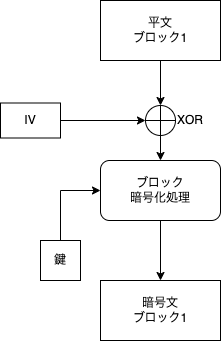
This is tls/cbcmode.drawio.png from magatakohei/study-diagram, a draw.io export, as it was before one commit. Source tidied: cells renumbered, new cells last; positions are measured from the earlier drawing's top-left corner, leaving out a move shared by most shapes.
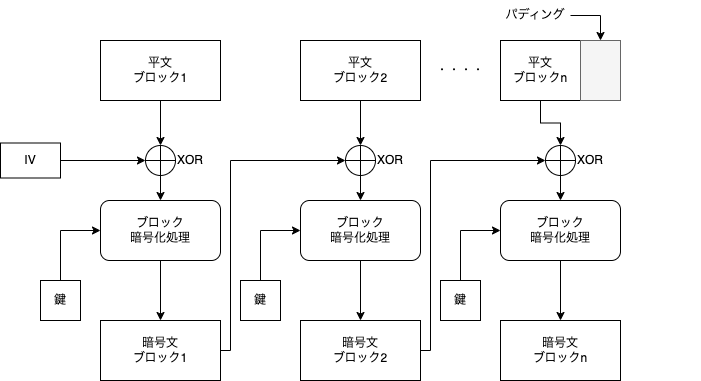
After the commit.

Commit message:
cbcmode.drawio.png を更新します

Diff of the diagram source:
```diff
@@ -2,14 +2,23 @@
   <root>
     <mxCell id="0" />
     <mxCell id="1" parent="0" />
+    <mxCell id="9" style="edgeStyle=orthogonalEdgeStyle;rounded=0;jettySize=auto;html=1;entryX=0;entryY=0.5;entryDx=0;entryDy=0;" parent="1" edge="1" source="10" target="5">
+      <mxGeometry relative="1" as="geometry" />
+    </mxCell>
+    <mxCell id="10" value="IV" style="rounded=0;whiteSpace=wrap;html=1;" parent="1" vertex="1">
+      <mxGeometry y="102.5" width="60" height="35" as="geometry" />
+    </mxCell>
+    <mxCell id="17" style="group;" parent="1" vertex="1">
+      <mxGeometry x="40" width="180" height="340" as="geometry" />
+    </mxCell>
-    <mxCell id="2" style="edgeStyle=orthogonalEdgeStyle;rounded=0;jettySize=auto;html=1;exitX=0.5;exitY=1;exitDx=0;exitDy=0;entryX=0.5;entryY=0;entryDx=0;entryDy=0;" parent="1" edge="1" source="3" target="5">
+    <mxCell id="2" style="edgeStyle=orthogonalEdgeStyle;rounded=0;jettySize=auto;html=1;exitX=0.5;exitY=1;exitDx=0;exitDy=0;entryX=0.5;entryY=0;entryDx=0;entryDy=0;" parent="17" edge="1" source="3" target="5">
       <mxGeometry relative="1" as="geometry" />
     </mxCell>
-    <mxCell id="3" value="平文&lt;div&gt;ブロック1&lt;/div&gt;" style="rounded=0;whiteSpace=wrap;html=1;" parent="1" vertex="1">
-      <mxGeometry x="100" width="120" height="60" as="geometry" />
+    <mxCell id="3" value="平文&lt;div&gt;ブロック1&lt;/div&gt;" style="rounded=0;whiteSpace=wrap;html=1;" parent="17" vertex="1">
+      <mxGeometry x="60" width="120" height="60" as="geometry" />
     </mxCell>
-    <mxCell id="4" style="group;" parent="1" vertex="1">
-      <mxGeometry x="145" y="105" width="60" height="30" as="geometry" />
+    <mxCell id="4" style="group;" parent="17" vertex="1">
+      <mxGeometry x="105" y="105" width="60" height="30" as="geometry" />
     </mxCell>
     <mxCell id="5" style="ellipse;whiteSpace=wrap;html=1;" parent="4" vertex="1">
       <mxGeometry width="30" height="30" as="geometry" />
@@ -23,29 +32,138 @@
     <mxCell id="8" style="edgeStyle=orthogonalEdgeStyle;rounded=0;orthogonalLoop=1;jettySize=auto;html=1;exitX=0.5;exitY=0;exitDx=0;exitDy=0;entryX=0.5;entryY=1;entryDx=0;entryDy=0;endArrow=none;startFill=0;" parent="4" edge="1" source="5" target="5">
       <mxGeometry relative="1" as="geometry" />
     </mxCell>
-    <mxCell id="9" style="edgeStyle=orthogonalEdgeStyle;rounded=0;jettySize=auto;html=1;entryX=0;entryY=0.5;entryDx=0;entryDy=0;" parent="1" edge="1" source="10" target="5">
-      <mxGeometry relative="1" as="geometry" />
-    </mxCell>
-    <mxCell id="10" value="IV" style="rounded=0;whiteSpace=wrap;html=1;" parent="1" vertex="1">
-      <mxGeometry y="102.5" width="60" height="35" as="geometry" />
-    </mxCell>
-    <mxCell id="11" style="edgeStyle=orthogonalEdgeStyle;rounded=0;jettySize=auto;html=1;exitX=0.5;exitY=1;exitDx=0;exitDy=0;entryX=0.5;entryY=0;entryDx=0;entryDy=0;" parent="1" edge="1" source="12" target="14">
+    <mxCell id="11" style="edgeStyle=orthogonalEdgeStyle;rounded=0;jettySize=auto;html=1;exitX=0.5;exitY=1;exitDx=0;exitDy=0;entryX=0.5;entryY=0;entryDx=0;entryDy=0;" parent="17" edge="1" source="12" target="14">
       <mxGeometry relative="1" as="geometry" />
     </mxCell>
-    <mxCell id="12" value="ブロック&lt;div&gt;暗号化処理&lt;/div&gt;" style="rounded=1;whiteSpace=wrap;html=1;" parent="1" vertex="1">
-      <mxGeometry x="100" y="160" width="120" height="60" as="geometry" />
+    <mxCell id="12" value="ブロック&lt;div&gt;暗号化処理&lt;/div&gt;" style="rounded=1;whiteSpace=wrap;html=1;" parent="17" vertex="1">
+      <mxGeometry x="60" y="160" width="120" height="60" as="geometry" />
     </mxCell>
-    <mxCell id="13" style="edgeStyle=orthogonalEdgeStyle;rounded=0;jettySize=auto;html=1;exitX=0.5;exitY=1;exitDx=0;exitDy=0;entryX=0.5;entryY=0;entryDx=0;entryDy=0;" parent="1" edge="1" source="5" target="12">
+    <mxCell id="13" style="edgeStyle=orthogonalEdgeStyle;rounded=0;jettySize=auto;html=1;exitX=0.5;exitY=1;exitDx=0;exitDy=0;entryX=0.5;entryY=0;entryDx=0;entryDy=0;" parent="17" edge="1" source="5" target="12">
       <mxGeometry relative="1" as="geometry" />
     </mxCell>
-    <mxCell id="14" value="暗号文&lt;div&gt;ブロック1&lt;/div&gt;" style="rounded=0;whiteSpace=wrap;html=1;" parent="1" vertex="1">
-      <mxGeometry x="100" y="280" width="120" height="60" as="geometry" />
+    <mxCell id="14" value="暗号文&lt;div&gt;ブロック1&lt;/div&gt;" style="rounded=0;whiteSpace=wrap;html=1;" parent="17" vertex="1">
+      <mxGeometry x="60" y="280" width="120" height="60" as="geometry" />
     </mxCell>
-    <mxCell id="15" style="edgeStyle=orthogonalEdgeStyle;rounded=0;jettySize=auto;html=1;exitX=0.5;exitY=0;exitDx=0;exitDy=0;entryX=0;entryY=0.5;entryDx=0;entryDy=0;" parent="1" edge="1" source="16" target="12">
+    <mxCell id="15" style="edgeStyle=orthogonalEdgeStyle;rounded=0;jettySize=auto;html=1;exitX=0.5;exitY=0;exitDx=0;exitDy=0;entryX=0;entryY=0.5;entryDx=0;entryDy=0;" parent="17" edge="1" source="16" target="12">
       <mxGeometry relative="1" as="geometry" />
     </mxCell>
-    <mxCell id="16" value="鍵" style="rounded=0;whiteSpace=wrap;html=1;" parent="1" vertex="1">
-      <mxGeometry x="40" y="240" width="40" height="40" as="geometry" />
+    <mxCell id="16" value="鍵" style="rounded=0;whiteSpace=wrap;html=1;" parent="17" vertex="1">
+      <mxGeometry y="240" width="40" height="40" as="geometry" />
     </mxCell>
+    <mxCell id="18" style="group;" parent="1" vertex="1">
+      <mxGeometry x="240" width="180" height="340" as="geometry" />
+    </mxCell>
+    <mxCell id="19" style="edgeStyle=orthogonalEdgeStyle;rounded=0;jettySize=auto;html=1;exitX=0.5;exitY=1;exitDx=0;exitDy=0;entryX=0.5;entryY=0;entryDx=0;entryDy=0;" parent="18" edge="1" source="20" target="22">
+      <mxGeometry relative="1" as="geometry" />
+    </mxCell>
+    <mxCell id="20" value="平文&lt;div&gt;ブロック2&lt;/div&gt;" style="rounded=0;whiteSpace=wrap;html=1;" parent="18" vertex="1">
+      <mxGeometry x="60" width="120" height="60" as="geometry" />
+    </mxCell>
+    <mxCell id="21" style="group;" parent="18" vertex="1">
+      <mxGeometry x="105" y="105" width="60" height="30" as="geometry" />
+    </mxCell>
+    <mxCell id="22" style="ellipse;whiteSpace=wrap;html=1;" parent="21" vertex="1">
+      <mxGeometry width="30" height="30" as="geometry" />
+    </mxCell>
+    <mxCell id="23" value="XOR" style="text;html=1;align=center;verticalAlign=middle;whiteSpace=wrap;rounded=0;" parent="21" vertex="1">
+      <mxGeometry x="30" y="5" width="30" height="20" as="geometry" />
+    </mxCell>
+    <mxCell id="24" style="edgeStyle=orthogonalEdgeStyle;rounded=0;orthogonalLoop=1;jettySize=auto;html=1;exitX=0;exitY=0.5;exitDx=0;exitDy=0;entryX=1;entryY=0.5;entryDx=0;entryDy=0;strokeColor=default;endArrow=none;startFill=0;" parent="21" edge="1" source="22" target="22">
+      <mxGeometry relative="1" as="geometry" />
+    </mxCell>
+    <mxCell id="25" style="edgeStyle=orthogonalEdgeStyle;rounded=0;orthogonalLoop=1;jettySize=auto;html=1;exitX=0.5;exitY=0;exitDx=0;exitDy=0;entryX=0.5;entryY=1;entryDx=0;entryDy=0;endArrow=none;startFill=0;" parent="21" edge="1" source="22" target="22">
+      <mxGeometry relative="1" as="geometry" />
+    </mxCell>
+    <mxCell id="26" style="edgeStyle=orthogonalEdgeStyle;rounded=0;jettySize=auto;html=1;exitX=0.5;exitY=1;exitDx=0;exitDy=0;entryX=0.5;entryY=0;entryDx=0;entryDy=0;" parent="18" edge="1" source="27" target="29">
+      <mxGeometry relative="1" as="geometry" />
+    </mxCell>
+    <mxCell id="27" value="ブロック&lt;div&gt;暗号化処理&lt;/div&gt;" style="rounded=1;whiteSpace=wrap;html=1;" parent="18" vertex="1">
+      <mxGeometry x="60" y="160" width="120" height="60" as="geometry" />
+    </mxCell>
+    <mxCell id="28" style="edgeStyle=orthogonalEdgeStyle;rounded=0;jettySize=auto;html=1;exitX=0.5;exitY=1;exitDx=0;exitDy=0;entryX=0.5;entryY=0;entryDx=0;entryDy=0;" parent="18" edge="1" source="22" target="27">
+      <mxGeometry relative="1" as="geometry" />
+    </mxCell>
+    <mxCell id="29" value="暗号文&lt;div&gt;ブロック2&lt;/div&gt;" style="rounded=0;whiteSpace=wrap;html=1;" parent="18" vertex="1">
+      <mxGeometry x="60" y="280" width="120" height="60" as="geometry" />
+    </mxCell>
+    <mxCell id="30" style="edgeStyle=orthogonalEdgeStyle;rounded=0;jettySize=auto;html=1;exitX=0.5;exitY=0;exitDx=0;exitDy=0;entryX=0;entryY=0.5;entryDx=0;entryDy=0;" parent="18" edge="1" source="31" target="27">
+      <mxGeometry relative="1" as="geometry" />
+    </mxCell>
+    <mxCell id="31" value="鍵" style="rounded=0;whiteSpace=wrap;html=1;" parent="18" vertex="1">
+      <mxGeometry y="240" width="40" height="40" as="geometry" />
+    </mxCell>
+    <mxCell id="32" style="edgeStyle=orthogonalEdgeStyle;rounded=0;jettySize=auto;html=1;exitX=1;exitY=0.5;exitDx=0;exitDy=0;entryX=0;entryY=0.5;entryDx=0;entryDy=0;" parent="1" edge="1" source="14" target="22">
+      <mxGeometry relative="1" as="geometry">
+        <Array as="points">
+          <mxPoint x="230" y="310" />
+          <mxPoint x="230" y="120" />
+        </Array>
+      </mxGeometry>
+    </mxCell>
+    <mxCell id="33" style="group;" parent="1" vertex="1">
+      <mxGeometry x="440" width="260" height="340" as="geometry" />
+    </mxCell>
+    <mxCell id="34" style="edgeStyle=orthogonalEdgeStyle;rounded=0;jettySize=auto;html=1;exitX=0.5;exitY=1;exitDx=0;exitDy=0;entryX=0.5;entryY=0;entryDx=0;entryDy=0;" parent="33" edge="1" source="47" target="36">
+      <mxGeometry relative="1" as="geometry" />
+    </mxCell>
+    <mxCell id="35" style="group;" parent="33" vertex="1">
+      <mxGeometry x="105" y="105" width="60" height="30" as="geometry" />
+    </mxCell>
+    <mxCell id="36" style="ellipse;whiteSpace=wrap;html=1;" parent="35" vertex="1">
+      <mxGeometry width="30" height="30" as="geometry" />
+    </mxCell>
+    <mxCell id="37" value="XOR" style="text;html=1;align=center;verticalAlign=middle;whiteSpace=wrap;rounded=0;" parent="35" vertex="1">
+      <mxGeometry x="30" y="5" width="30" height="20" as="geometry" />
+    </mxCell>
+    <mxCell id="38" style="edgeStyle=orthogonalEdgeStyle;rounded=0;orthogonalLoop=1;jettySize=auto;html=1;exitX=0;exitY=0.5;exitDx=0;exitDy=0;entryX=1;entryY=0.5;entryDx=0;entryDy=0;strokeColor=default;endArrow=none;startFill=0;" parent="35" edge="1" source="36" target="36">
+      <mxGeometry relative="1" as="geometry" />
+    </mxCell>
+    <mxCell id="39" style="edgeStyle=orthogonalEdgeStyle;rounded=0;orthogonalLoop=1;jettySize=auto;html=1;exitX=0.5;exitY=0;exitDx=0;exitDy=0;entryX=0.5;entryY=1;entryDx=0;entryDy=0;endArrow=none;startFill=0;" parent="35" edge="1" source="36" target="36">
+      <mxGeometry relative="1" as="geometry" />
+    </mxCell>
+    <mxCell id="40" style="edgeStyle=orthogonalEdgeStyle;rounded=0;jettySize=auto;html=1;exitX=0.5;exitY=1;exitDx=0;exitDy=0;entryX=0.5;entryY=0;entryDx=0;entryDy=0;" parent="33" edge="1" source="41" target="43">
+      <mxGeometry relative="1" as="geometry" />
+    </mxCell>
+    <mxCell id="41" value="ブロック&lt;div&gt;暗号化処理&lt;/div&gt;" style="rounded=1;whiteSpace=wrap;html=1;" parent="33" vertex="1">
+      <mxGeometry x="60" y="160" width="120" height="60" as="geometry" />
+    </mxCell>
+    <mxCell id="42" style="edgeStyle=orthogonalEdgeStyle;rounded=0;jettySize=auto;html=1;exitX=0.5;exitY=1;exitDx=0;exitDy=0;entryX=0.5;entryY=0;entryDx=0;entryDy=0;" parent="33" edge="1" source="36" target="41">
+      <mxGeometry relative="1" as="geometry" />
+    </mxCell>
+    <mxCell id="43" value="暗号文&lt;div&gt;ブロックn&lt;/div&gt;" style="rounded=0;whiteSpace=wrap;html=1;" parent="33" vertex="1">
+      <mxGeometry x="60" y="280" width="120" height="60" as="geometry" />
+    </mxCell>
+    <mxCell id="44" style="edgeStyle=orthogonalEdgeStyle;rounded=0;jettySize=auto;html=1;exitX=0.5;exitY=0;exitDx=0;exitDy=0;entryX=0;entryY=0.5;entryDx=0;entryDy=0;" parent="33" edge="1" source="45" target="41">
+      <mxGeometry relative="1" as="geometry" />
+    </mxCell>
+    <mxCell id="45" value="鍵" style="rounded=0;whiteSpace=wrap;html=1;" parent="33" vertex="1">
+      <mxGeometry y="240" width="40" height="40" as="geometry" />
+    </mxCell>
+    <mxCell id="46" style="group;" parent="33" vertex="1">
+      <mxGeometry x="60" width="120" height="60" as="geometry" />
+    </mxCell>
+    <mxCell id="47" value="平文&lt;div&gt;ブロックn&lt;/div&gt;" style="rounded=0;whiteSpace=wrap;html=1;" parent="46" vertex="1">
+      <mxGeometry width="80" height="60" as="geometry" />
+    </mxCell>
+    <mxCell id="48" style="rounded=0;whiteSpace=wrap;html=1;fillColor=#f5f5f5;fontColor=#333333;strokeColor=#666666;" parent="46" vertex="1">
+      <mxGeometry x="80" width="40" height="60" as="geometry" />
+    </mxCell>
+    <mxCell id="49" value="・・・・" style="text;html=1;align=center;verticalAlign=middle;whiteSpace=wrap;rounded=0;" parent="33" vertex="1">
+      <mxGeometry x="-10" y="15" width="60" height="30" as="geometry" />
+    </mxCell>
+    <mxCell id="50" style="edgeStyle=orthogonalEdgeStyle;rounded=0;jettySize=auto;html=1;exitX=1;exitY=0.5;exitDx=0;exitDy=0;entryX=0.5;entryY=0;entryDx=0;entryDy=0;" parent="1" edge="1" source="51" target="48">
+      <mxGeometry relative="1" as="geometry" />
+    </mxCell>
+    <mxCell id="51" value="パディング" style="text;html=1;align=center;verticalAlign=middle;whiteSpace=wrap;rounded=0;" parent="1" vertex="1">
+      <mxGeometry x="500" y="-40" width="70" height="30" as="geometry" />
+    </mxCell>
+    <mxCell id="52" style="edgeStyle=orthogonalEdgeStyle;rounded=0;jettySize=auto;html=1;exitX=1;exitY=0.5;exitDx=0;exitDy=0;entryX=0;entryY=0.5;entryDx=0;entryDy=0;" parent="1" edge="1" source="29" target="36">
+      <mxGeometry relative="1" as="geometry">
+        <Array as="points">
+          <mxPoint x="430" y="310" />
+          <mxPoint x="430" y="120" />
+        </Array>
+      </mxGeometry>
+    </mxCell>
   </root>
 </mxGraphModel>
```
